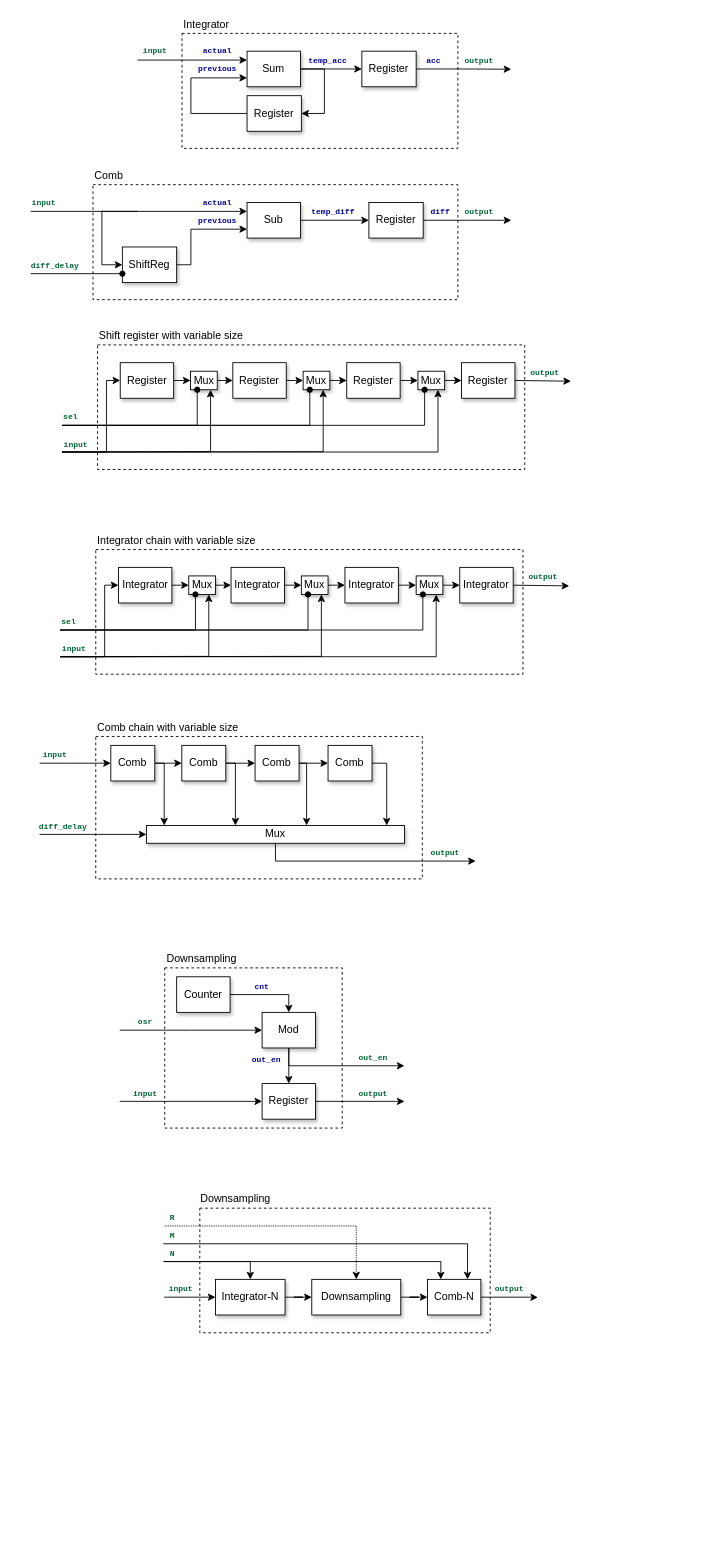
Lwao/HDL4PDM2PCM keeps this draw.io diagram as page "Signal" (7 of 8) of docs/system.drawio. Above is the earlier version. Source tidied: cells renumbered, new cells numbered last; positions are measured from the earlier drawing's top-left corner, leaving out a move shared by most shapes. Both pictures are drawn from the tidied source at 89%, with x=0, y=0 at pixel (30, 15).
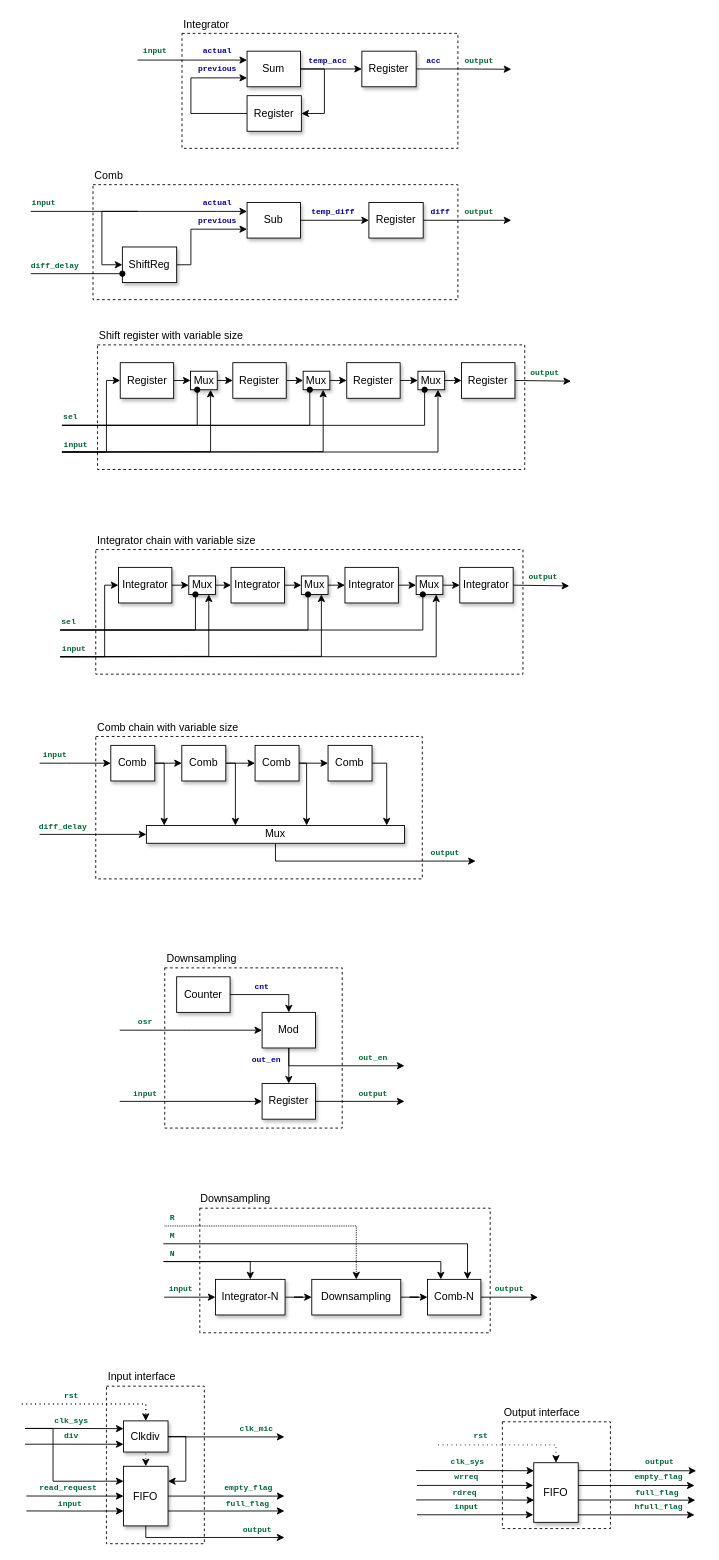
The same page after the edit.

Commit message (it also covers changes not shown here):
Input/output interface

What changed in the source:
```diff
@@
+    <mxCell id="143" style="edgeStyle=orthogonalEdgeStyle;rounded=0;orthogonalLoop=1;jettySize=auto;html=1;exitX=1;exitY=0.25;exitDx=0;exitDy=0;startArrow=none;startFill=0;endArrow=classic;endFill=1;" parent="1" edge="1">
+      <mxGeometry relative="1" as="geometry">
+        <mxPoint x="614.2" y="1667.9" as="sourcePoint" />
+        <mxPoint x="746.8" y="1668.1" as="targetPoint" />
+        <Array as="points">
+          <mxPoint x="680.8" y="1668.1" />
+        </Array>
+      </mxGeometry>
+    </mxCell>
+    <mxCell id="144" style="rounded=0;whiteSpace=wrap;html=1;dashed=1;fillColor=none;" parent="1" vertex="1">
+      <mxGeometry x="85.1" y="1540" width="110" height="177" as="geometry" />
+    </mxCell>
+    <mxCell id="145" style="edgeStyle=orthogonalEdgeStyle;rounded=0;jettySize=auto;html=1;entryX=0.5;entryY=0;entryDx=0;entryDy=0;dashed=1;dashPattern=1 4;" parent="1" edge="1" target="152">
+      <mxGeometry relative="1" as="geometry">
+        <mxPoint x="-10" y="1560" as="sourcePoint" />
+        <Array as="points">
+          <mxPoint x="-10" y="1560" />
+          <mxPoint x="129" y="1560" />
+        </Array>
+      </mxGeometry>
+    </mxCell>
@@
+    <mxCell id="146" value="&lt;span style=&quot;text-align: center&quot;&gt;Input interface&lt;/span&gt;" style="text;html=1;strokeColor=none;fillColor=none;align=left;verticalAlign=middle;whiteSpace=wrap;rounded=0;dashed=1;" parent="1" vertex="1">
+      <mxGeometry x="85.1" y="1520" width="110" height="20" as="geometry" />
+    </mxCell>
+    <mxCell id="147" style="edgeStyle=orthogonalEdgeStyle;rounded=0;jettySize=auto;html=1;exitX=0;exitY=0.5;exitDx=0;exitDy=0;entryX=1.032;entryY=0.334;entryDx=0;entryDy=0;entryPerimeter=0;startArrow=classic;startFill=1;endArrow=none;endFill=0;" parent="1" edge="1" source="152">
+      <mxGeometry relative="1" as="geometry">
+        <mxPoint x="-4.9" y="1663.4" as="targetPoint" />
+      </mxGeometry>
+    </mxCell>
+    <mxCell id="148" style="edgeStyle=orthogonalEdgeStyle;rounded=0;jettySize=auto;html=1;exitX=0;exitY=0.75;exitDx=0;exitDy=0;startArrow=classic;startFill=1;endArrow=none;endFill=0;" parent="1" edge="1" source="152">
+      <mxGeometry relative="1" as="geometry">
+        <mxPoint x="-4.9" y="1680.2" as="targetPoint" />
+      </mxGeometry>
+    </mxCell>
+    <mxCell id="149" style="edgeStyle=orthogonalEdgeStyle;rounded=0;jettySize=auto;html=1;startArrow=none;startFill=0;endArrow=classic;endFill=1;" parent="1" edge="1" source="152">
+      <mxGeometry relative="1" as="geometry">
+        <mxPoint x="285.1" y="1710" as="targetPoint" />
+        <Array as="points">
+          <mxPoint x="129.1" y="1710" />
+          <mxPoint x="285.1" y="1710" />
+        </Array>
+      </mxGeometry>
+    </mxCell>
+    <mxCell id="150" style="edgeStyle=orthogonalEdgeStyle;rounded=0;jettySize=auto;html=1;startArrow=none;startFill=0;endArrow=classic;endFill=1;" parent="1" edge="1" source="152">
+      <mxGeometry relative="1" as="geometry">
+        <mxPoint x="285.1" y="1663.5" as="targetPoint" />
+      </mxGeometry>
+    </mxCell>
+    <mxCell id="151" style="edgeStyle=orthogonalEdgeStyle;rounded=0;jettySize=auto;html=1;exitX=1;exitY=0.75;exitDx=0;exitDy=0;startArrow=none;startFill=0;endArrow=classic;endFill=1;" parent="1" edge="1" source="152">
+      <mxGeometry relative="1" as="geometry">
+        <mxPoint x="285.1" y="1680.2" as="targetPoint" />
+      </mxGeometry>
+    </mxCell>
+    <mxCell id="152" value="FIFO" style="rounded=0;whiteSpace=wrap;html=1;shadow=1;sketch=0;glass=0;" parent="1" vertex="1">
+      <mxGeometry x="104.3" y="1630" width="50" height="67" as="geometry" />
+    </mxCell>
+    <mxCell id="153" style="edgeStyle=orthogonalEdgeStyle;rounded=0;jettySize=auto;html=1;exitX=1;exitY=0.25;exitDx=0;exitDy=0;entryX=0;entryY=0.25;entryDx=0;entryDy=0;" parent="1" edge="1" target="159">
+      <mxGeometry relative="1" as="geometry">
+        <mxPoint x="-6.4" y="1587.5" as="sourcePoint" />
+        <Array as="points">
+          <mxPoint x="36.1" y="1588" />
+        </Array>
+      </mxGeometry>
+    </mxCell>
+    <mxCell id="154" style="edgeStyle=orthogonalEdgeStyle;rounded=0;jettySize=auto;html=1;entryX=0;entryY=0.75;entryDx=0;entryDy=0;" parent="1" edge="1" target="159">
+      <mxGeometry relative="1" as="geometry">
+        <mxPoint x="-6.4" y="1605.2" as="sourcePoint" />
+        <Array as="points">
+          <mxPoint x="36.1" y="1605" />
+        </Array>
+      </mxGeometry>
+    </mxCell>
+    <mxCell id="155" style="edgeStyle=orthogonalEdgeStyle;rounded=0;jettySize=auto;html=1;exitX=1;exitY=0.25;exitDx=0;exitDy=0;entryX=0;entryY=0.25;entryDx=0;entryDy=0;" parent="1" edge="1" target="152">
+      <mxGeometry relative="1" as="geometry">
+        <mxPoint x="-6.4" y="1587.5" as="sourcePoint" />
+        <Array as="points">
+          <mxPoint x="25.1" y="1588" />
+          <mxPoint x="25.1" y="1647" />
+        </Array>
+      </mxGeometry>
+    </mxCell>
+    <mxCell id="156" style="edgeStyle=orthogonalEdgeStyle;rounded=0;jettySize=auto;html=1;entryX=0.5;entryY=0;entryDx=0;entryDy=0;dashed=1;dashPattern=1 4;" parent="1" edge="1" target="159">
+      <mxGeometry relative="1" as="geometry">
+        <mxPoint x="-10" y="1560" as="sourcePoint" />
+        <Array as="points">
+          <mxPoint x="-10" y="1560" />
+          <mxPoint x="129" y="1560" />
+        </Array>
+      </mxGeometry>
+    </mxCell>
+    <mxCell id="157" style="edgeStyle=orthogonalEdgeStyle;rounded=0;jettySize=auto;html=1;" parent="1" edge="1" source="159">
+      <mxGeometry relative="1" as="geometry">
+        <mxPoint x="285.1" y="1597" as="targetPoint" />
+        <Array as="points">
+          <mxPoint x="207.1" y="1597" />
+        </Array>
+      </mxGeometry>
+    </mxCell>
+    <mxCell id="158" style="edgeStyle=orthogonalEdgeStyle;rounded=0;jettySize=auto;html=1;exitX=1;exitY=0.5;exitDx=0;exitDy=0;entryX=1;entryY=0.25;entryDx=0;entryDy=0;startArrow=none;startFill=0;endArrow=classic;endFill=1;" parent="1" edge="1" source="159" target="152">
+      <mxGeometry relative="1" as="geometry" />
+    </mxCell>
+    <mxCell id="159" value="Clkdiv" style="rounded=0;whiteSpace=wrap;html=1;shadow=1;sketch=0;glass=0;" parent="1" vertex="1">
+      <mxGeometry x="104.3" y="1579" width="50" height="35" as="geometry" />
+    </mxCell>
+    <mxCell id="160" value="&lt;font style=&quot;font-size: 9px&quot; face=&quot;Courier New&quot; color=&quot;#006633&quot;&gt;&lt;b&gt;clk_sys&lt;/b&gt;&lt;/font&gt;" style="text;html=1;strokeColor=none;fillColor=none;align=center;verticalAlign=middle;whiteSpace=wrap;rounded=0;" parent="1" vertex="1">
+      <mxGeometry x="25.8" y="1568" width="40" height="20" as="geometry" />
+    </mxCell>
+    <mxCell id="161" value="&lt;font style=&quot;font-size: 9px&quot; face=&quot;Courier New&quot; color=&quot;#006633&quot;&gt;&lt;b&gt;div&lt;/b&gt;&lt;/font&gt;" style="text;html=1;strokeColor=none;fillColor=none;align=center;verticalAlign=middle;whiteSpace=wrap;rounded=0;" parent="1" vertex="1">
+      <mxGeometry x="25.8" y="1585" width="40" height="20" as="geometry" />
+    </mxCell>
+    <mxCell id="162" value="&lt;font style=&quot;font-size: 9px&quot; face=&quot;Courier New&quot; color=&quot;#006633&quot;&gt;&lt;b&gt;clk_mic&lt;/b&gt;&lt;/font&gt;" style="text;html=1;strokeColor=none;fillColor=none;align=center;verticalAlign=middle;whiteSpace=wrap;rounded=0;" parent="1" vertex="1">
+      <mxGeometry x="233.5" y="1577" width="40" height="20" as="geometry" />
+    </mxCell>
+    <mxCell id="163" value="&lt;font style=&quot;font-size: 9px&quot; face=&quot;Courier New&quot; color=&quot;#006633&quot;&gt;&lt;b&gt;read_request&lt;/b&gt;&lt;/font&gt;" style="text;html=1;strokeColor=none;fillColor=none;align=center;verticalAlign=middle;whiteSpace=wrap;rounded=0;" parent="1" vertex="1">
+      <mxGeometry x="21.6" y="1643" width="41" height="20" as="geometry" />
+    </mxCell>
+    <mxCell id="164" value="&lt;font style=&quot;font-size: 9px&quot; face=&quot;Courier New&quot; color=&quot;#006633&quot;&gt;&lt;b&gt;rst&lt;/b&gt;&lt;/font&gt;" style="text;html=1;strokeColor=none;fillColor=none;align=center;verticalAlign=middle;whiteSpace=wrap;rounded=0;" parent="1" vertex="1">
+      <mxGeometry x="25.8" y="1540" width="40" height="20" as="geometry" />
+    </mxCell>
+    <mxCell id="165" value="&lt;font style=&quot;font-size: 9px&quot; face=&quot;Courier New&quot; color=&quot;#006633&quot;&gt;&lt;b&gt;input&lt;/b&gt;&lt;/font&gt;" style="text;html=1;strokeColor=none;fillColor=none;align=center;verticalAlign=middle;whiteSpace=wrap;rounded=0;" parent="1" vertex="1">
+      <mxGeometry x="23.6" y="1661" width="41" height="20" as="geometry" />
+    </mxCell>
+    <mxCell id="166" value="&lt;font style=&quot;font-size: 9px&quot; face=&quot;Courier New&quot; color=&quot;#006633&quot;&gt;&lt;b&gt;output&lt;/b&gt;&lt;/font&gt;" style="text;html=1;strokeColor=none;fillColor=none;align=center;verticalAlign=middle;whiteSpace=wrap;rounded=0;" parent="1" vertex="1">
+      <mxGeometry x="235.1" y="1690" width="40" height="20" as="geometry" />
+    </mxCell>
+    <mxCell id="167" value="&lt;font style=&quot;font-size: 9px&quot; face=&quot;Courier New&quot; color=&quot;#006633&quot;&gt;&lt;b&gt;empty_flag&lt;/b&gt;&lt;/font&gt;" style="text;html=1;strokeColor=none;fillColor=none;align=center;verticalAlign=middle;whiteSpace=wrap;rounded=0;" parent="1" vertex="1">
+      <mxGeometry x="215.1" y="1643" width="60" height="20" as="geometry" />
+    </mxCell>
+    <mxCell id="168" value="&lt;font style=&quot;font-size: 9px&quot; face=&quot;Courier New&quot; color=&quot;#006633&quot;&gt;&lt;b&gt;full_flag&lt;/b&gt;&lt;/font&gt;" style="text;html=1;strokeColor=none;fillColor=none;align=center;verticalAlign=middle;whiteSpace=wrap;rounded=0;" parent="1" vertex="1">
+      <mxGeometry x="213.5" y="1661" width="60" height="20" as="geometry" />
+    </mxCell>
+    <mxCell id="169" style="edgeStyle=orthogonalEdgeStyle;rounded=0;jettySize=auto;html=1;entryX=0.5;entryY=0;entryDx=0;entryDy=0;dashed=1;dashPattern=1 4;" parent="1" edge="1" target="171">
+      <mxGeometry relative="1" as="geometry">
+        <mxPoint x="457.8" y="1606" as="sourcePoint" />
+        <Array as="points">
+          <mxPoint x="457.8" y="1606" />
+          <mxPoint x="589.8" y="1606" />
+        </Array>
+      </mxGeometry>
+    </mxCell>
+    <mxCell id="170" value="&lt;span style=&quot;text-align: center&quot;&gt;Output interface&lt;/span&gt;" style="text;html=1;strokeColor=none;fillColor=none;align=left;verticalAlign=middle;whiteSpace=wrap;rounded=0;dashed=1;" parent="1" vertex="1">
+      <mxGeometry x="530" y="1560" width="110" height="20" as="geometry" />
+    </mxCell>
+    <mxCell id="171" value="FIFO" style="rounded=0;whiteSpace=wrap;html=1;shadow=1;sketch=0;glass=0;" parent="1" vertex="1">
+      <mxGeometry x="565.2" y="1626" width="50" height="67" as="geometry" />
+    </mxCell>
+    <mxCell id="172" value="&lt;font style=&quot;font-size: 9px&quot; face=&quot;Courier New&quot; color=&quot;#006633&quot;&gt;&lt;b&gt;rst&lt;/b&gt;&lt;/font&gt;" style="text;html=1;strokeColor=none;fillColor=none;align=center;verticalAlign=middle;whiteSpace=wrap;rounded=0;" parent="1" vertex="1">
+      <mxGeometry x="485.5" y="1585" width="40" height="20" as="geometry" />
+    </mxCell>
+    <mxCell id="173" style="edgeStyle=orthogonalEdgeStyle;rounded=0;orthogonalLoop=1;jettySize=auto;html=1;startArrow=none;startFill=0;endArrow=classic;endFill=1;" parent="1" edge="1">
+      <mxGeometry relative="1" as="geometry">
+        <mxPoint x="615.2" y="1651.6" as="sourcePoint" />
+        <mxPoint x="745.9" y="1651.6" as="targetPoint" />
+      </mxGeometry>
+    </mxCell>
+    <mxCell id="174" style="edgeStyle=orthogonalEdgeStyle;rounded=0;orthogonalLoop=1;jettySize=auto;html=1;exitX=1;exitY=0.25;exitDx=0;exitDy=0;startArrow=none;startFill=0;endArrow=classic;endFill=1;" parent="1" edge="1">
+      <mxGeometry relative="1" as="geometry">
+        <mxPoint x="615.2" y="1634.9" as="sourcePoint" />
+        <mxPoint x="747.8" y="1635.1" as="targetPoint" />
+        <Array as="points">
+          <mxPoint x="681.8" y="1635.1" />
+        </Array>
+      </mxGeometry>
+    </mxCell>
+    <mxCell id="175" value="&lt;font style=&quot;font-size: 9px&quot; face=&quot;Courier New&quot; color=&quot;#006633&quot;&gt;&lt;b&gt;output&lt;/b&gt;&lt;/font&gt;" style="text;html=1;strokeColor=none;fillColor=none;align=center;verticalAlign=middle;whiteSpace=wrap;rounded=0;" parent="1" vertex="1">
+      <mxGeometry x="686.6" y="1614.1" width="40" height="20" as="geometry" />
+    </mxCell>
+    <mxCell id="176" value="&lt;font style=&quot;font-size: 9px&quot; face=&quot;Courier New&quot; color=&quot;#006633&quot;&gt;&lt;b&gt;empty_flag&lt;/b&gt;&lt;/font&gt;" style="text;html=1;strokeColor=none;fillColor=none;align=center;verticalAlign=middle;whiteSpace=wrap;rounded=0;" parent="1" vertex="1">
+      <mxGeometry x="675.9" y="1631.1" width="60" height="20" as="geometry" />
+    </mxCell>
+    <mxCell id="177" value="&lt;font style=&quot;font-size: 9px&quot; face=&quot;Courier New&quot; color=&quot;#006633&quot;&gt;&lt;b&gt;full_flag&lt;/b&gt;&lt;/font&gt;" style="text;html=1;strokeColor=none;fillColor=none;align=center;verticalAlign=middle;whiteSpace=wrap;rounded=0;" parent="1" vertex="1">
+      <mxGeometry x="674.3" y="1649.1" width="60" height="20" as="geometry" />
+    </mxCell>
+    <mxCell id="178" style="edgeStyle=orthogonalEdgeStyle;rounded=0;orthogonalLoop=1;jettySize=auto;html=1;startArrow=none;startFill=0;endArrow=classic;endFill=1;" parent="1" edge="1">
+      <mxGeometry relative="1" as="geometry">
+        <mxPoint x="615.2" y="1684.6" as="sourcePoint" />
+        <mxPoint x="745.9" y="1684.6" as="targetPoint" />
+      </mxGeometry>
+    </mxCell>
+    <mxCell id="179" value="&lt;font style=&quot;font-size: 9px&quot; face=&quot;Courier New&quot; color=&quot;#006633&quot;&gt;&lt;b&gt;hfull_flag&lt;/b&gt;&lt;/font&gt;" style="text;html=1;strokeColor=none;fillColor=none;align=center;verticalAlign=middle;whiteSpace=wrap;rounded=0;" parent="1" vertex="1">
+      <mxGeometry x="675.9" y="1664.1" width="60" height="20" as="geometry" />
+    </mxCell>
+    <mxCell id="180" style="edgeStyle=orthogonalEdgeStyle;rounded=0;orthogonalLoop=1;jettySize=auto;html=1;startArrow=none;startFill=0;endArrow=classic;endFill=1;" parent="1" edge="1">
+      <mxGeometry relative="1" as="geometry">
+        <mxPoint x="434.1" y="1651.5" as="sourcePoint" />
+        <mxPoint x="564.8" y="1651.5" as="targetPoint" />
+      </mxGeometry>
+    </mxCell>
+    <mxCell id="181" style="edgeStyle=orthogonalEdgeStyle;rounded=0;orthogonalLoop=1;jettySize=auto;html=1;exitX=1;exitY=0.25;exitDx=0;exitDy=0;startArrow=none;startFill=0;endArrow=classic;endFill=1;" parent="1" edge="1">
+      <mxGeometry relative="1" as="geometry">
+        <mxPoint x="433.1" y="1634.8" as="sourcePoint" />
+        <mxPoint x="565.7" y="1635" as="targetPoint" />
+        <Array as="points">
+          <mxPoint x="499.7" y="1635" />
+        </Array>
+      </mxGeometry>
+    </mxCell>
+    <mxCell id="182" value="&lt;font style=&quot;font-size: 9px&quot; face=&quot;Courier New&quot; color=&quot;#006633&quot;&gt;&lt;b&gt;clk_sys&lt;/b&gt;&lt;/font&gt;" style="text;html=1;strokeColor=none;fillColor=none;align=center;verticalAlign=middle;whiteSpace=wrap;rounded=0;" parent="1" vertex="1">
+      <mxGeometry x="470.5" y="1614" width="40" height="20" as="geometry" />
+    </mxCell>
+    <mxCell id="183" value="&lt;font style=&quot;font-size: 9px&quot; face=&quot;Courier New&quot; color=&quot;#006633&quot;&gt;&lt;b&gt;wrreq&lt;/b&gt;&lt;/font&gt;" style="text;html=1;strokeColor=none;fillColor=none;align=center;verticalAlign=middle;whiteSpace=wrap;rounded=0;" parent="1" vertex="1">
+      <mxGeometry x="459.8" y="1631" width="60" height="20" as="geometry" />
+    </mxCell>
+    <mxCell id="184" value="&lt;font style=&quot;font-size: 9px&quot; face=&quot;Courier New&quot; color=&quot;#006633&quot;&gt;&lt;b&gt;rdreq&lt;/b&gt;&lt;/font&gt;" style="text;html=1;strokeColor=none;fillColor=none;align=center;verticalAlign=middle;whiteSpace=wrap;rounded=0;" parent="1" vertex="1">
+      <mxGeometry x="458.2" y="1649" width="60" height="20" as="geometry" />
+    </mxCell>
+    <mxCell id="185" style="edgeStyle=orthogonalEdgeStyle;rounded=0;orthogonalLoop=1;jettySize=auto;html=1;startArrow=none;startFill=0;endArrow=classic;endFill=1;" parent="1" edge="1">
+      <mxGeometry relative="1" as="geometry">
+        <mxPoint x="434.1" y="1684.5" as="sourcePoint" />
+        <mxPoint x="564.8" y="1684.5" as="targetPoint" />
+      </mxGeometry>
+    </mxCell>
+    <mxCell id="186" style="edgeStyle=orthogonalEdgeStyle;rounded=0;orthogonalLoop=1;jettySize=auto;html=1;exitX=1;exitY=0.25;exitDx=0;exitDy=0;startArrow=none;startFill=0;endArrow=classic;endFill=1;" parent="1" edge="1">
+      <mxGeometry relative="1" as="geometry">
+        <mxPoint x="433.1" y="1667.8" as="sourcePoint" />
+        <mxPoint x="565.7" y="1668" as="targetPoint" />
+        <Array as="points">
+          <mxPoint x="499.7" y="1668" />
+        </Array>
+      </mxGeometry>
+    </mxCell>
+    <mxCell id="187" value="&lt;font style=&quot;font-size: 9px&quot; face=&quot;Courier New&quot; color=&quot;#006633&quot;&gt;&lt;b&gt;input&lt;/b&gt;&lt;/font&gt;" style="text;html=1;strokeColor=none;fillColor=none;align=center;verticalAlign=middle;whiteSpace=wrap;rounded=0;" parent="1" vertex="1">
+      <mxGeometry x="459.8" y="1664" width="60" height="20" as="geometry" />
+    </mxCell>
+    <mxCell id="188" style="rounded=0;whiteSpace=wrap;html=1;dashed=1;fillColor=none;" parent="1" vertex="1">
+      <mxGeometry x="530" y="1580" width="121.4" height="120" as="geometry" />
+    </mxCell>
```
